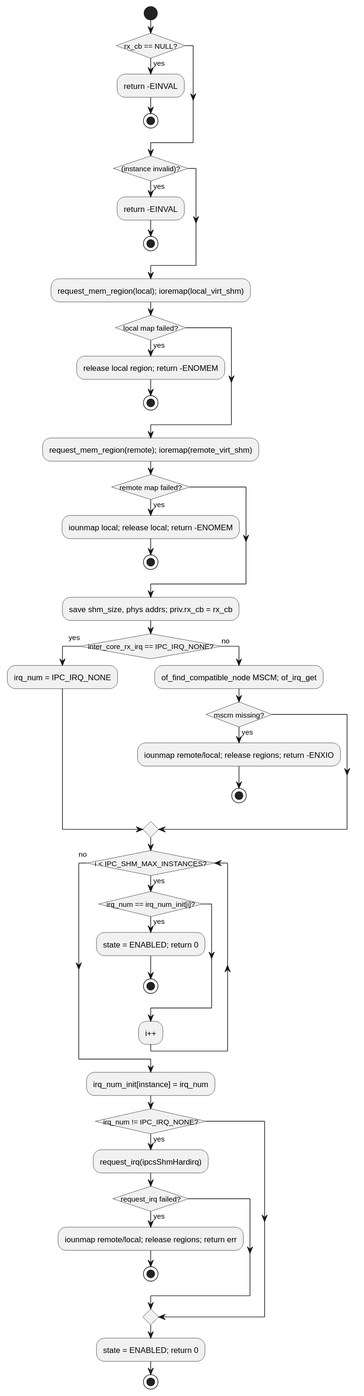
Mastang1/sad_sdd_proj keeps this PlantUML diagram as c1_sdd_linux-ipcs/cursor_tmp/flow_svgs/linux_6_3_3_ipcsOsInit.svg. Above is the earlier version.
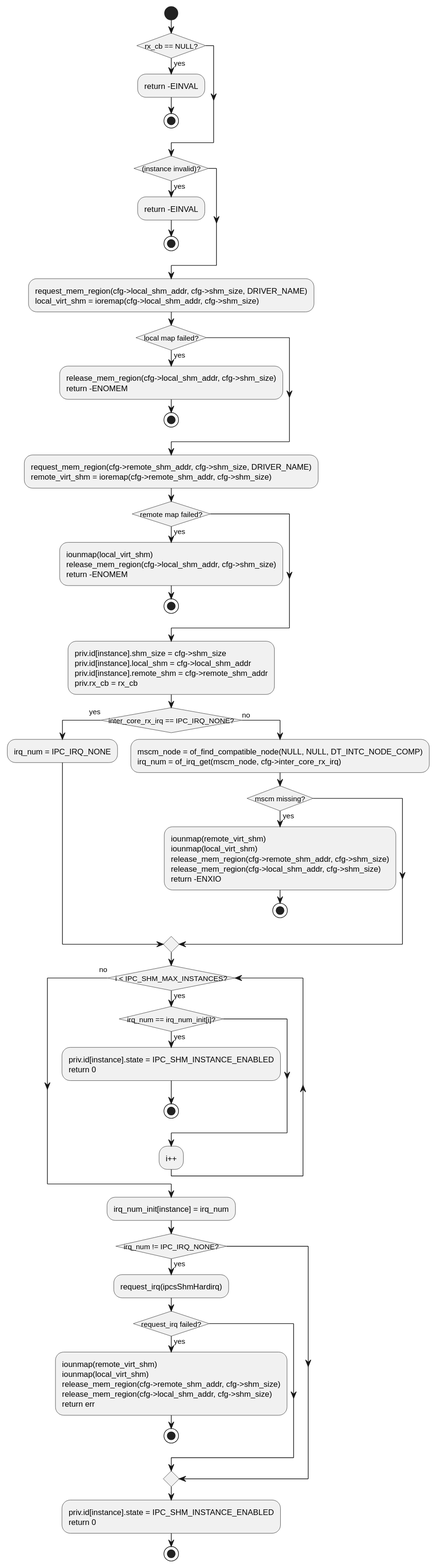
Above is the later version.

What changed in the source:
```diff
@@ -5,36 +5,36 @@
 start
 if (rx_cb == NULL?) then (yes)
   :return -EINVAL;
-  stop
+stop
 endif
 if ((instance invalid)?) then (yes)
   :return -EINVAL;
-  stop
+stop
 endif
-:request_mem_region(local); ioremap(local_virt_shm);
+:request_mem_region(cfg->local_shm_addr, cfg->shm_size, DRIVER_NAME)\nlocal_virt_shm = ioremap(cfg->local_shm_addr, cfg->shm_size);
 if (local map failed?) then (yes)
-  :release local region; return -ENOMEM;
-  stop
+  :release_mem_region(cfg->local_shm_addr, cfg->shm_size)\nreturn -ENOMEM;
+stop
 endif
-:request_mem_region(remote); ioremap(remote_virt_shm);
+:request_mem_region(cfg->remote_shm_addr, cfg->shm_size, DRIVER_NAME)\nremote_virt_shm = ioremap(cfg->remote_shm_addr, cfg->shm_size);
 if (remote map failed?) then (yes)
-  :iounmap local; release local; return -ENOMEM;
-  stop
+  :iounmap(local_virt_shm)\nrelease_mem_region(cfg->local_shm_addr, cfg->shm_size)\nreturn -ENOMEM;
+stop
 endif
-:save shm_size, phys addrs; priv.rx_cb = rx_cb;
+:priv.id[instance].shm_size = cfg->shm_size\npriv.id[instance].local_shm = cfg->local_shm_addr\npriv.id[instance].remote_shm = cfg->remote_shm_addr\npriv.rx_cb = rx_cb;
 if (inter_core_rx_irq == IPC_IRQ_NONE?) then (yes)
   :irq_num = IPC_IRQ_NONE;
 else (no)
-  :of_find_compatible_node MSCM; of_irq_get;
+  :mscm_node = of_find_compatible_node(NULL, NULL, DT_INTC_NODE_COMP)\nirq_num = of_irq_get(mscm_node, cfg->inter_core_rx_irq);
   if (mscm missing?) then (yes)
-    :iounmap remote/local; release regions; return -ENXIO;
-    stop
+    :iounmap(remote_virt_shm)\niounmap(local_virt_shm)\nrelease_mem_region(cfg->remote_shm_addr, cfg->shm_size)\nrelease_mem_region(cfg->local_shm_addr, cfg->shm_size)\nreturn -ENXIO;
+stop
   endif
 endif
 while (i < IPC_SHM_MAX_INSTANCES?) is (yes)
   if (irq_num == irq_num_init[i]?) then (yes)
-    :state = ENABLED; return 0;
-    stop
+    :priv.id[instance].state = IPC_SHM_INSTANCE_ENABLED\nreturn 0;
+stop
   endif
   :i++;
 endwhile (no)
@@ -42,10 +42,10 @@
 if (irq_num != IPC_IRQ_NONE?) then (yes)
   :request_irq(ipcsShmHardirq);
   if (request_irq failed?) then (yes)
-    :iounmap remote/local; release regions; return err;
-    stop
+    :iounmap(remote_virt_shm)\niounmap(local_virt_shm)\nrelease_mem_region(cfg->remote_shm_addr, cfg->shm_size)\nrelease_mem_region(cfg->local_shm_addr, cfg->shm_size)\nreturn err;
+stop
   endif
 endif
-:state = ENABLED; return 0;
+:priv.id[instance].state = IPC_SHM_INSTANCE_ENABLED\nreturn 0;
 stop
 @enduml
```
